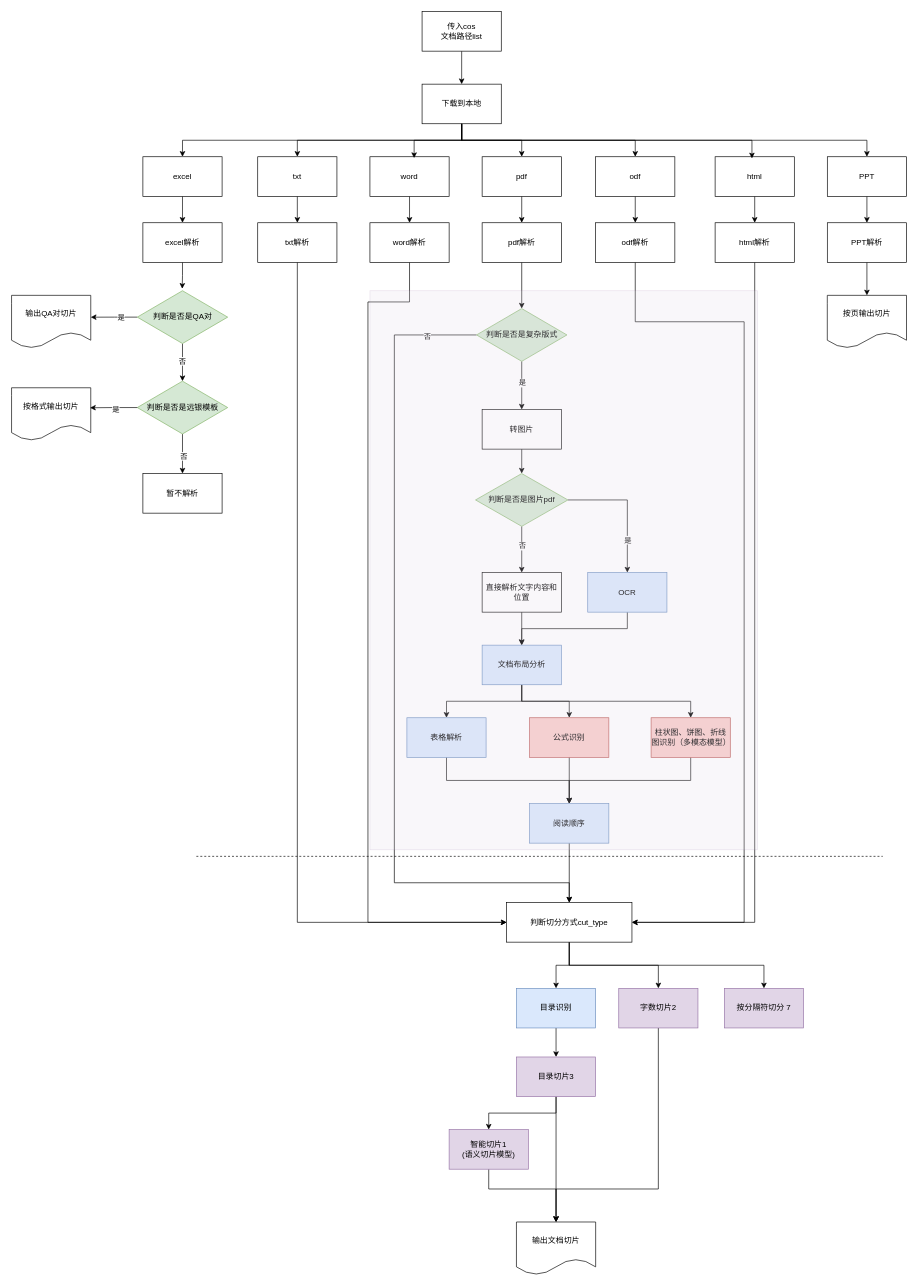
Earlier version of the draw.io diagram 时序图.drawio (archwolf118/AI). Source tidied: cells renumbered, new cells numbered last; positions are measured from the earlier drawing's top-left corner, leaving out a move shared by most shapes. Both pictures are drawn from the tidied source at 66%, with x=0, y=0 at pixel (11, 11).
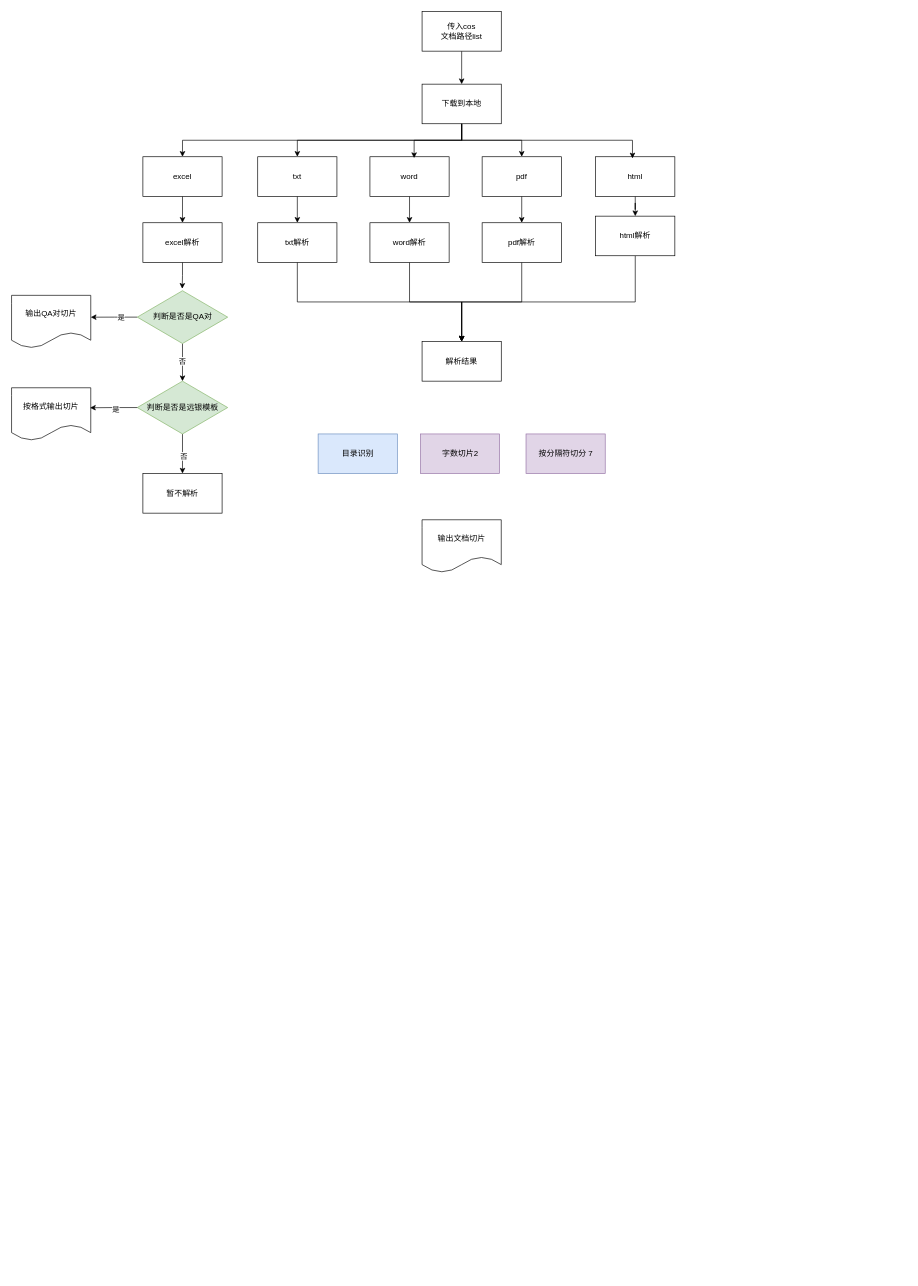
Above is the later version.

Commit message (it also covers changes not shown here):
更新时序图.drawio

The change refers to these unchanged cells:
```xml
<mxCell id="9" value="下载到本地" style="rounded=0;whiteSpace=wrap;html=1;" parent="1" vertex="1">
  <mxGeometry x="622" y="110" width="120" height="60" as="geometry" />
</mxCell>
<mxCell id="58" value="word解析" style="rounded=0;whiteSpace=wrap;html=1;" parent="1" vertex="1">
  <mxGeometry x="543" y="320" width="120" height="60" as="geometry" />
</mxCell>
<mxCell id="60" value="txt解析" style="rounded=0;whiteSpace=wrap;html=1;" parent="1" vertex="1">
  <mxGeometry x="373" y="320" width="120" height="60" as="geometry" />
</mxCell>
<mxCell id="75" value="pdf解析" style="rounded=0;whiteSpace=wrap;html=1;" parent="1" vertex="1">
  <mxGeometry x="713" y="320" width="120" height="60" as="geometry" />
</mxCell>
```

Diff of the diagram source:
```diff
@@
-    <mxCell id="6" style="edgeStyle=orthogonalEdgeStyle;rounded=0;jettySize=auto;html=1;exitX=0.5;exitY=1;exitDx=0;exitDy=0;entryX=0.5;entryY=0;entryDx=0;entryDy=0;" parent="1" edge="1" source="9" target="21">
-      <mxGeometry relative="1" as="geometry" />
-    </mxCell>
@@
-    <mxCell id="8" style="edgeStyle=orthogonalEdgeStyle;rounded=0;jettySize=auto;html=1;exitX=0.5;exitY=1;exitDx=0;exitDy=0;entryX=0.5;entryY=0;entryDx=0;entryDy=0;" parent="1" edge="1" source="9" target="87">
-      <mxGeometry relative="1" as="geometry" />
-    </mxCell>
@@
     <mxCell id="17" value="html" style="rounded=0;whiteSpace=wrap;html=1;" parent="1" vertex="1">
-      <mxGeometry x="1066" y="220" width="120" height="60" as="geometry" />
+      <mxGeometry x="885" y="220" width="120" height="60" as="geometry" />
     </mxCell>
@@
-    <mxCell id="20" style="edgeStyle=orthogonalEdgeStyle;rounded=0;jettySize=auto;html=1;exitX=0.5;exitY=1;exitDx=0;exitDy=0;entryX=0.5;entryY=0;entryDx=0;entryDy=0;" parent="1" edge="1" source="21" target="53">
-      <mxGeometry relative="1" as="geometry" />
-    </mxCell>
-    <mxCell id="21" value="PPT" style="rounded=0;whiteSpace=wrap;html=1;" parent="1" vertex="1">
-      <mxGeometry x="1236" y="220" width="120" height="60" as="geometry" />
-    </mxCell>
-    <mxCell id="22" style="edgeStyle=orthogonalEdgeStyle;rounded=0;jettySize=auto;html=1;exitX=0.5;exitY=1;exitDx=0;exitDy=0;entryX=0.5;entryY=0;entryDx=0;entryDy=0;" parent="1" edge="1" source="23" target="62">
-      <mxGeometry relative="1" as="geometry" />
-    </mxCell>
-    <mxCell id="23" value="表格解析" style="rounded=0;whiteSpace=wrap;html=1;fillColor=#dae8fc;strokeColor=#6c8ebf;" parent="1" vertex="1">
-      <mxGeometry x="599" y="1070" width="120" height="60" as="geometry" />
-    </mxCell>
-    <mxCell id="24" style="edgeStyle=orthogonalEdgeStyle;rounded=0;jettySize=auto;html=1;exitX=0.5;exitY=1;exitDx=0;exitDy=0;entryX=0.5;entryY=0;entryDx=0;entryDy=0;" parent="1" edge="1" source="25" target="30">
-      <mxGeometry relative="1" as="geometry" />
-    </mxCell>
-    <mxCell id="25" value="转图片" style="rounded=0;whiteSpace=wrap;html=1;" parent="1" vertex="1">
-      <mxGeometry x="713" y="603" width="120" height="60" as="geometry" />
-    </mxCell>
-    <mxCell id="26" style="edgeStyle=orthogonalEdgeStyle;rounded=0;jettySize=auto;html=1;exitX=1;exitY=0.5;exitDx=0;exitDy=0;" parent="1" edge="1" source="30" target="32">
-      <mxGeometry relative="1" as="geometry" />
-    </mxCell>
-    <mxCell id="27" value="是" style="edgeLabel;html=1;align=center;verticalAlign=middle;" parent="26" vertex="1">
-      <mxGeometry x="-0.05" relative="1" as="geometry">
-        <mxPoint y="55" as="offset" />
-      </mxGeometry>
-    </mxCell>
-    <mxCell id="28" style="edgeStyle=orthogonalEdgeStyle;rounded=0;jettySize=auto;html=1;exitX=0.5;exitY=1;exitDx=0;exitDy=0;" parent="1" edge="1" source="30">
-      <mxGeometry relative="1" as="geometry">
-        <mxPoint x="773" y="850" as="targetPoint" />
-      </mxGeometry>
-    </mxCell>
-    <mxCell id="29" value="否" style="edgeLabel;html=1;align=center;verticalAlign=middle;" parent="28" vertex="1">
-      <mxGeometry x="-0.23" y="2" relative="1" as="geometry">
-        <mxPoint x="-2" y="2" as="offset" />
-      </mxGeometry>
-    </mxCell>
-    <mxCell id="30" value="判断是否是图片pdf" style="rhombus;whiteSpace=wrap;html=1;fillColor=#d5e8d4;strokeColor=#82b366;" parent="1" vertex="1">
-      <mxGeometry x="703" y="700" width="140" height="80" as="geometry" />
-    </mxCell>
-    <mxCell id="31" style="edgeStyle=orthogonalEdgeStyle;rounded=0;jettySize=auto;html=1;exitX=0.5;exitY=1;exitDx=0;exitDy=0;entryX=0.5;entryY=0;entryDx=0;entryDy=0;" parent="1" edge="1" source="32" target="38">
-      <mxGeometry relative="1" as="geometry" />
-    </mxCell>
-    <mxCell id="32" value="OCR" style="rounded=0;whiteSpace=wrap;html=1;fillColor=#dae8fc;strokeColor=#6c8ebf;" parent="1" vertex="1">
-      <mxGeometry x="873" y="850" width="120" height="60" as="geometry" />
-    </mxCell>
-    <mxCell id="33" style="edgeStyle=orthogonalEdgeStyle;rounded=0;jettySize=auto;html=1;exitX=0.5;exitY=1;exitDx=0;exitDy=0;" parent="1" edge="1" source="34" target="38">
-      <mxGeometry relative="1" as="geometry" />
-    </mxCell>
-    <mxCell id="34" value="直接解析文字内容和位置" style="rounded=0;whiteSpace=wrap;html=1;" parent="1" vertex="1">
-      <mxGeometry x="713" y="850" width="120" height="60" as="geometry" />
-    </mxCell>
-    <mxCell id="35" style="edgeStyle=orthogonalEdgeStyle;rounded=0;jettySize=auto;html=1;exitX=0.5;exitY=1;exitDx=0;exitDy=0;entryX=0.5;entryY=0;entryDx=0;entryDy=0;" parent="1" edge="1" source="38" target="23">
-      <mxGeometry relative="1" as="geometry" />
-    </mxCell>
-    <mxCell id="36" style="edgeStyle=orthogonalEdgeStyle;rounded=0;jettySize=auto;html=1;exitX=0.5;exitY=1;exitDx=0;exitDy=0;entryX=0.5;entryY=0;entryDx=0;entryDy=0;" parent="1" edge="1" source="38" target="42">
-      <mxGeometry relative="1" as="geometry" />
-    </mxCell>
-    <mxCell id="37" style="edgeStyle=orthogonalEdgeStyle;rounded=0;jettySize=auto;html=1;exitX=0.5;exitY=1;exitDx=0;exitDy=0;entryX=0.5;entryY=0;entryDx=0;entryDy=0;" parent="1" edge="1" source="38" target="44">
-      <mxGeometry relative="1" as="geometry" />
-    </mxCell>
-    <mxCell id="38" value="文档布局分析" style="rounded=0;whiteSpace=wrap;html=1;fillColor=#dae8fc;strokeColor=#6c8ebf;" parent="1" vertex="1">
-      <mxGeometry x="713" y="960" width="120" height="60" as="geometry" />
-    </mxCell>
@@
-    <mxCell id="41" style="edgeStyle=orthogonalEdgeStyle;rounded=0;jettySize=auto;html=1;exitX=0.5;exitY=1;exitDx=0;exitDy=0;entryX=0.5;entryY=0;entryDx=0;entryDy=0;" parent="1" edge="1" source="42" target="62">
-      <mxGeometry relative="1" as="geometry" />
-    </mxCell>
-    <mxCell id="42" value="公式识别" style="rounded=0;whiteSpace=wrap;html=1;fillColor=#f8cecc;strokeColor=#b85450;" parent="1" vertex="1">
-      <mxGeometry x="785" y="1070" width="120" height="60" as="geometry" />
-    </mxCell>
-    <mxCell id="43" style="edgeStyle=orthogonalEdgeStyle;rounded=0;jettySize=auto;html=1;exitX=0.5;exitY=1;exitDx=0;exitDy=0;entryX=0.5;entryY=0;entryDx=0;entryDy=0;" parent="1" edge="1" source="44" target="62">
-      <mxGeometry relative="1" as="geometry" />
-    </mxCell>
-    <mxCell id="44" value="柱状图、饼图、折线图识别（多模态模型）" style="rounded=0;whiteSpace=wrap;html=1;fillColor=#f8cecc;strokeColor=#b85450;" parent="1" vertex="1">
-      <mxGeometry x="969" y="1070" width="120" height="60" as="geometry" />
-    </mxCell>
@@
-    <mxCell id="50" style="edgeStyle=orthogonalEdgeStyle;rounded=0;jettySize=auto;html=1;exitX=0.5;exitY=1;exitDx=0;exitDy=0;entryX=1;entryY=0.5;entryDx=0;entryDy=0;" parent="1" edge="1" source="51" target="84">
-      <mxGeometry relative="1" as="geometry">
-        <Array as="points">
-          <mxPoint x="1126" y="1380" />
-        </Array>
-      </mxGeometry>
-    </mxCell>
+    <mxCell id="99" style="edgeStyle=orthogonalEdgeStyle;rounded=0;jettySize=auto;html=1;exitX=0.5;exitY=1;exitDx=0;exitDy=0;entryX=0.5;entryY=0;entryDx=0;entryDy=0;" parent="1" edge="1" source="51" target="103">
+      <mxGeometry relative="1" as="geometry">
+        <Array as="points">
+          <mxPoint x="945" y="440" />
+          <mxPoint x="682" y="440" />
+        </Array>
+      </mxGeometry>
+    </mxCell>
     <mxCell id="51" value="html解析" style="rounded=0;whiteSpace=wrap;html=1;" parent="1" vertex="1">
-      <mxGeometry x="1066" y="320" width="120" height="60" as="geometry" />
+      <mxGeometry x="885" y="310" width="120" height="60" as="geometry" />
     </mxCell>
-    <mxCell id="52" style="edgeStyle=orthogonalEdgeStyle;rounded=0;jettySize=auto;html=1;exitX=0.5;exitY=1;exitDx=0;exitDy=0;entryX=0.5;entryY=0;entryDx=0;entryDy=0;" parent="1" edge="1" source="53" target="85">
-      <mxGeometry relative="1" as="geometry" />
-    </mxCell>
-    <mxCell id="53" value="PPT解析" style="rounded=0;whiteSpace=wrap;html=1;" parent="1" vertex="1">
-      <mxGeometry x="1236" y="320" width="120" height="60" as="geometry" />
-    </mxCell>
@@
-    <mxCell id="57" style="edgeStyle=orthogonalEdgeStyle;rounded=0;jettySize=auto;html=1;exitX=0.5;exitY=1;exitDx=0;exitDy=0;entryX=0;entryY=0.5;entryDx=0;entryDy=0;" parent="1" edge="1" source="58" target="84">
-      <mxGeometry relative="1" as="geometry">
-        <Array as="points">
-          <mxPoint x="603" y="440" />
-          <mxPoint x="540" y="440" />
-          <mxPoint x="540" y="1380" />
-        </Array>
-      </mxGeometry>
-    </mxCell>
+    <mxCell id="100" style="edgeStyle=orthogonalEdgeStyle;rounded=0;jettySize=auto;html=1;exitX=0.5;exitY=1;exitDx=0;exitDy=0;entryX=0.5;entryY=0;entryDx=0;entryDy=0;" parent="1" edge="1" source="58" target="103">
+      <mxGeometry relative="1" as="geometry" />
+    </mxCell>
@@
-    <mxCell id="59" style="edgeStyle=orthogonalEdgeStyle;rounded=0;jettySize=auto;html=1;exitX=0.5;exitY=1;exitDx=0;exitDy=0;entryX=0;entryY=0.5;entryDx=0;entryDy=0;" parent="1" edge="1" source="60" target="84">
-      <mxGeometry relative="1" as="geometry" />
-    </mxCell>
+    <mxCell id="101" style="edgeStyle=orthogonalEdgeStyle;rounded=0;jettySize=auto;html=1;exitX=0.5;exitY=1;exitDx=0;exitDy=0;entryX=0.5;entryY=0;entryDx=0;entryDy=0;" parent="1" edge="1" source="60" target="103">
+      <mxGeometry relative="1" as="geometry" />
+    </mxCell>
@@
-    <mxCell id="61" style="edgeStyle=orthogonalEdgeStyle;rounded=0;jettySize=auto;html=1;exitX=0.5;exitY=1;exitDx=0;exitDy=0;entryX=0.5;entryY=0;entryDx=0;entryDy=0;" parent="1" edge="1" source="62" target="84">
-      <mxGeometry relative="1" as="geometry" />
-    </mxCell>
-    <mxCell id="62" value="阅读顺序" style="rounded=0;whiteSpace=wrap;html=1;fillColor=#dae8fc;strokeColor=#6c8ebf;" parent="1" vertex="1">
-      <mxGeometry x="785" y="1200" width="120" height="60" as="geometry" />
-    </mxCell>
-    <mxCell id="63" style="edgeStyle=orthogonalEdgeStyle;rounded=0;jettySize=auto;html=1;exitX=0.5;exitY=1;exitDx=0;exitDy=0;entryX=0.5;entryY=0;entryDx=0;entryDy=0;" parent="1" edge="1" source="64" target="69">
-      <mxGeometry relative="1" as="geometry" />
-    </mxCell>
     <mxCell id="64" value="目录识别" style="rounded=0;whiteSpace=wrap;html=1;fillColor=#dae8fc;strokeColor=#6c8ebf;" parent="1" vertex="1">
-      <mxGeometry x="765" y="1480" width="120" height="60" as="geometry" />
+      <mxGeometry x="464.5" y="640" width="120" height="60" as="geometry" />
     </mxCell>
-    <mxCell id="65" style="edgeStyle=orthogonalEdgeStyle;rounded=0;jettySize=auto;html=1;exitX=0.5;exitY=1;exitDx=0;exitDy=0;entryX=0.5;entryY=0;entryDx=0;entryDy=0;" parent="1" edge="1" source="66" target="72">
-      <mxGeometry relative="1" as="geometry">
-        <Array as="points">
-          <mxPoint x="723" y="1784" />
-          <mxPoint x="825" y="1784" />
-        </Array>
-      </mxGeometry>
-    </mxCell>
-    <mxCell id="66" value="智能切片1&lt;div&gt;(语义切片模型)&lt;/div&gt;" style="rounded=0;whiteSpace=wrap;html=1;fillColor=#e1d5e7;strokeColor=#9673a6;" parent="1" vertex="1">
-      <mxGeometry x="663" y="1694" width="120" height="60" as="geometry" />
-    </mxCell>
-    <mxCell id="67" style="edgeStyle=orthogonalEdgeStyle;rounded=0;jettySize=auto;html=1;exitX=0.5;exitY=1;exitDx=0;exitDy=0;entryX=0.5;entryY=0;entryDx=0;entryDy=0;" parent="1" edge="1" source="69" target="66">
-      <mxGeometry relative="1" as="geometry" />
-    </mxCell>
-    <mxCell id="68" style="edgeStyle=orthogonalEdgeStyle;rounded=0;jettySize=auto;html=1;exitX=0.5;exitY=1;exitDx=0;exitDy=0;entryX=0.5;entryY=0;entryDx=0;entryDy=0;" parent="1" edge="1" source="69" target="72">
-      <mxGeometry relative="1" as="geometry" />
-    </mxCell>
-    <mxCell id="69" value="目录切片3" style="rounded=0;whiteSpace=wrap;html=1;fillColor=#e1d5e7;strokeColor=#9673a6;" parent="1" vertex="1">
-      <mxGeometry x="765" y="1584" width="120" height="60" as="geometry" />
-    </mxCell>
-    <mxCell id="70" style="edgeStyle=orthogonalEdgeStyle;rounded=0;jettySize=auto;html=1;exitX=0.5;exitY=1;exitDx=0;exitDy=0;entryX=0.5;entryY=0;entryDx=0;entryDy=0;" parent="1" edge="1" source="71" target="72">
-      <mxGeometry relative="1" as="geometry">
-        <Array as="points">
-          <mxPoint x="980" y="1784" />
-          <mxPoint x="825" y="1784" />
-        </Array>
-      </mxGeometry>
-    </mxCell>
     <mxCell id="71" value="字数切片2" style="rounded=0;whiteSpace=wrap;html=1;fillColor=#e1d5e7;strokeColor=#9673a6;" parent="1" vertex="1">
-      <mxGeometry x="920" y="1480" width="120" height="60" as="geometry" />
+      <mxGeometry x="619.5" y="640" width="120" height="60" as="geometry" />
     </mxCell>
     <mxCell id="72" value="输出文档切片" style="shape=document;whiteSpace=wrap;html=1;boundedLbl=1;" parent="1" vertex="1">
-      <mxGeometry x="765" y="1834" width="120" height="80" as="geometry" />
+      <mxGeometry x="622" y="770" width="120" height="80" as="geometry" />
     </mxCell>
-    <mxCell id="73" style="endArrow=none;dashed=1;html=1;rounded=0;" parent="1" edge="1">
-      <mxGeometry relative="1" as="geometry">
-        <mxPoint x="280" y="1280" as="sourcePoint" />
-        <mxPoint x="1320" y="1280" as="targetPoint" />
-      </mxGeometry>
-    </mxCell>
-    <mxCell id="74" style="edgeStyle=orthogonalEdgeStyle;rounded=0;jettySize=auto;html=1;exitX=0.5;exitY=1;exitDx=0;exitDy=0;entryX=0.5;entryY=0;entryDx=0;entryDy=0;" parent="1" edge="1" source="75" target="80">
-      <mxGeometry relative="1" as="geometry" />
-    </mxCell>
+    <mxCell id="102" style="edgeStyle=orthogonalEdgeStyle;rounded=0;jettySize=auto;html=1;exitX=0.5;exitY=1;exitDx=0;exitDy=0;entryX=0.5;entryY=0;entryDx=0;entryDy=0;" parent="1" edge="1" source="75" target="103">
+      <mxGeometry relative="1" as="geometry" />
+    </mxCell>
@@
-    <mxCell id="76" style="edgeStyle=orthogonalEdgeStyle;rounded=0;jettySize=auto;html=1;exitX=0;exitY=0.5;exitDx=0;exitDy=0;entryX=0.5;entryY=0;entryDx=0;entryDy=0;" parent="1" edge="1" source="80" target="84">
-      <mxGeometry relative="1" as="geometry">
-        <Array as="points">
-          <mxPoint x="580" y="490" />
-          <mxPoint x="580" y="1320" />
-          <mxPoint x="845" y="1320" />
-        </Array>
-      </mxGeometry>
-    </mxCell>
-    <mxCell id="77" value="否" style="edgeLabel;html=1;align=center;verticalAlign=middle;" parent="76" vertex="1">
-      <mxGeometry x="-0.88" y="1" relative="1" as="geometry" />
-    </mxCell>
-    <mxCell id="78" style="edgeStyle=orthogonalEdgeStyle;rounded=0;jettySize=auto;html=1;exitX=0.5;exitY=1;exitDx=0;exitDy=0;entryX=0.5;entryY=0;entryDx=0;entryDy=0;" parent="1" edge="1" source="80" target="25">
-      <mxGeometry relative="1" as="geometry" />
-    </mxCell>
-    <mxCell id="79" value="是" style="edgeLabel;html=1;align=center;verticalAlign=middle;" parent="78" vertex="1">
-      <mxGeometry x="-0.11" relative="1" as="geometry" />
-    </mxCell>
-    <mxCell id="80" value="判断是否是复杂版式" style="rhombus;whiteSpace=wrap;html=1;fillColor=#d5e8d4;strokeColor=#82b366;" parent="1" vertex="1">
-      <mxGeometry x="704.5" y="450" width="137" height="80" as="geometry" />
-    </mxCell>
-    <mxCell id="81" style="edgeStyle=orthogonalEdgeStyle;rounded=0;jettySize=auto;html=1;exitX=0.5;exitY=1;exitDx=0;exitDy=0;entryX=0.5;entryY=0;entryDx=0;entryDy=0;" parent="1" edge="1" source="84" target="64">
-      <mxGeometry relative="1" as="geometry" />
-    </mxCell>
-    <mxCell id="82" style="edgeStyle=orthogonalEdgeStyle;rounded=0;jettySize=auto;html=1;exitX=0.5;exitY=1;exitDx=0;exitDy=0;entryX=0.5;entryY=0;entryDx=0;entryDy=0;" parent="1" edge="1" source="84" target="71">
-      <mxGeometry relative="1" as="geometry" />
-    </mxCell>
-    <mxCell id="83" style="edgeStyle=orthogonalEdgeStyle;rounded=0;jettySize=auto;html=1;exitX=0.5;exitY=1;exitDx=0;exitDy=0;" parent="1" edge="1" source="84" target="90">
-      <mxGeometry relative="1" as="geometry" />
-    </mxCell>
-    <mxCell id="84" value="判断切分方式cut_type" style="rounded=0;whiteSpace=wrap;html=1;" parent="1" vertex="1">
-      <mxGeometry x="750" y="1350" width="190" height="60" as="geometry" />
-    </mxCell>
-    <mxCell id="85" value="按页输出切片" style="shape=document;whiteSpace=wrap;html=1;boundedLbl=1;" parent="1" vertex="1">
-      <mxGeometry x="1236" y="430" width="120" height="80" as="geometry" />
-    </mxCell>
-    <mxCell id="86" style="edgeStyle=orthogonalEdgeStyle;rounded=0;jettySize=auto;html=1;exitX=0.5;exitY=1;exitDx=0;exitDy=0;entryX=0.5;entryY=0;entryDx=0;entryDy=0;" parent="1" edge="1" source="87" target="89">
-      <mxGeometry relative="1" as="geometry" />
-    </mxCell>
-    <mxCell id="87" value="odf" style="rounded=0;whiteSpace=wrap;html=1;" parent="1" vertex="1">
-      <mxGeometry x="885" y="220" width="120" height="60" as="geometry" />
-    </mxCell>
-    <mxCell id="88" style="edgeStyle=orthogonalEdgeStyle;rounded=0;jettySize=auto;html=1;exitX=0.5;exitY=1;exitDx=0;exitDy=0;entryX=1;entryY=0.5;entryDx=0;entryDy=0;" parent="1" edge="1" source="89" target="84">
-      <mxGeometry relative="1" as="geometry">
-        <Array as="points">
-          <mxPoint x="945" y="470" />
-          <mxPoint x="1110" y="470" />
-          <mxPoint x="1110" y="1380" />
-        </Array>
-      </mxGeometry>
-    </mxCell>
-    <mxCell id="89" value="odf解析" style="rounded=0;whiteSpace=wrap;html=1;" parent="1" vertex="1">
-      <mxGeometry x="885" y="320" width="120" height="60" as="geometry" />
-    </mxCell>
     <mxCell id="90" value="按分隔符切分 7" style="rounded=0;whiteSpace=wrap;html=1;fillColor=#e1d5e7;strokeColor=#9673a6;" parent="1" vertex="1">
-      <mxGeometry x="1080" y="1480" width="120" height="60" as="geometry" />
+      <mxGeometry x="779.5" y="640" width="120" height="60" as="geometry" />
     </mxCell>
-    <mxCell id="91" style="rounded=0;whiteSpace=wrap;html=1;opacity=20;fillColor=#e1d5e7;strokeColor=#9673a6;" parent="1" vertex="1">
-      <mxGeometry x="543" y="423" width="587" height="847" as="geometry" />
-    </mxCell>
@@
+    <mxCell id="103" value="解析结果" style="rounded=0;whiteSpace=wrap;html=1;" parent="1" vertex="1">
+      <mxGeometry x="622" y="500" width="120" height="60" as="geometry" />
+    </mxCell>
```
